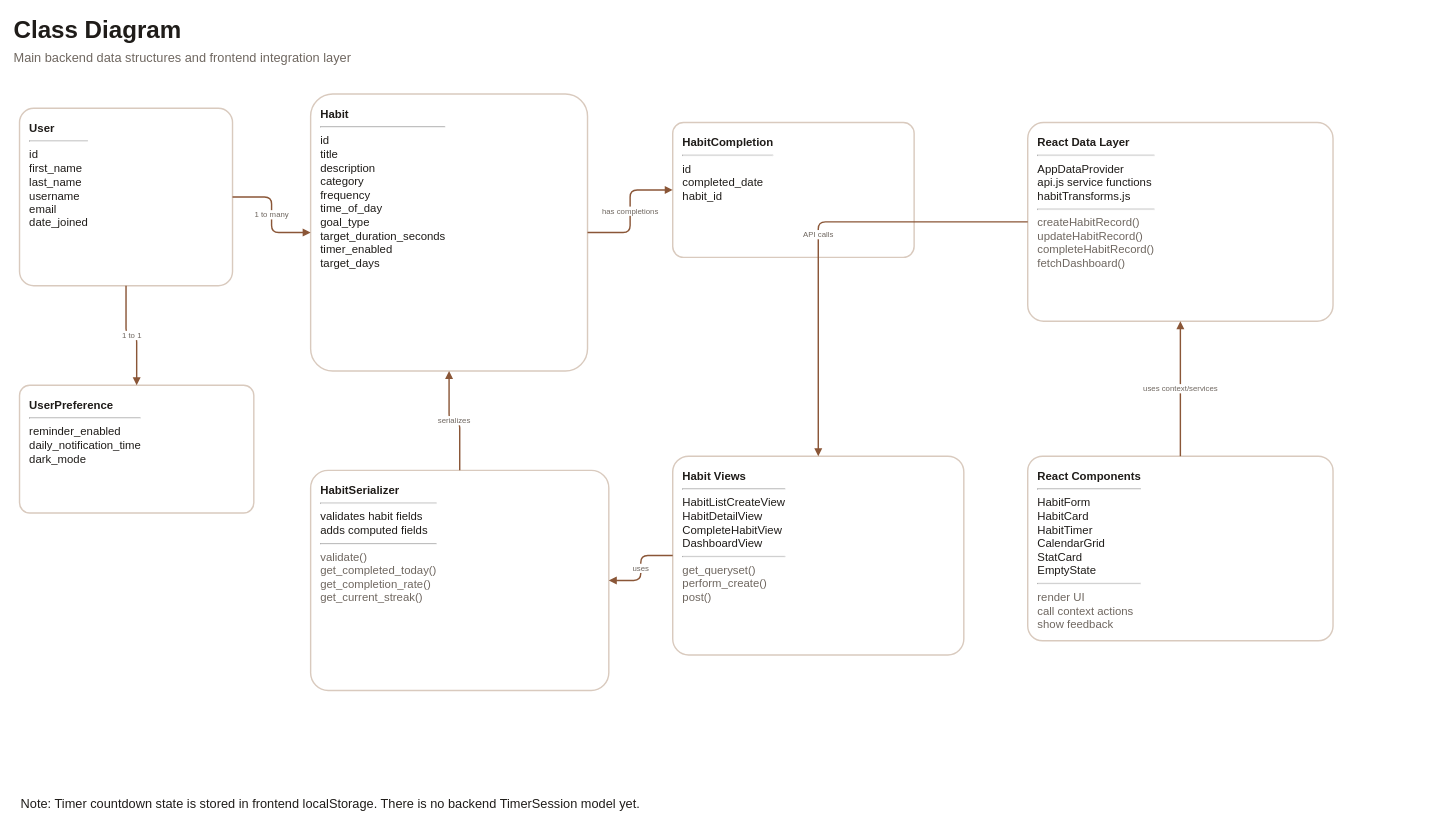
Earlier version of the draw.io diagram docs/diagrams/drawio/class-diagram.drawio (stellandegwa853/habittracker). Source tidied: cells renumbered, new cells numbered last; positions are measured from the earlier drawing's top-left corner, leaving out a move shared by most shapes. Both pictures are drawn from the tidied source at 71%, with x=0, y=0 at pixel (12, 12).
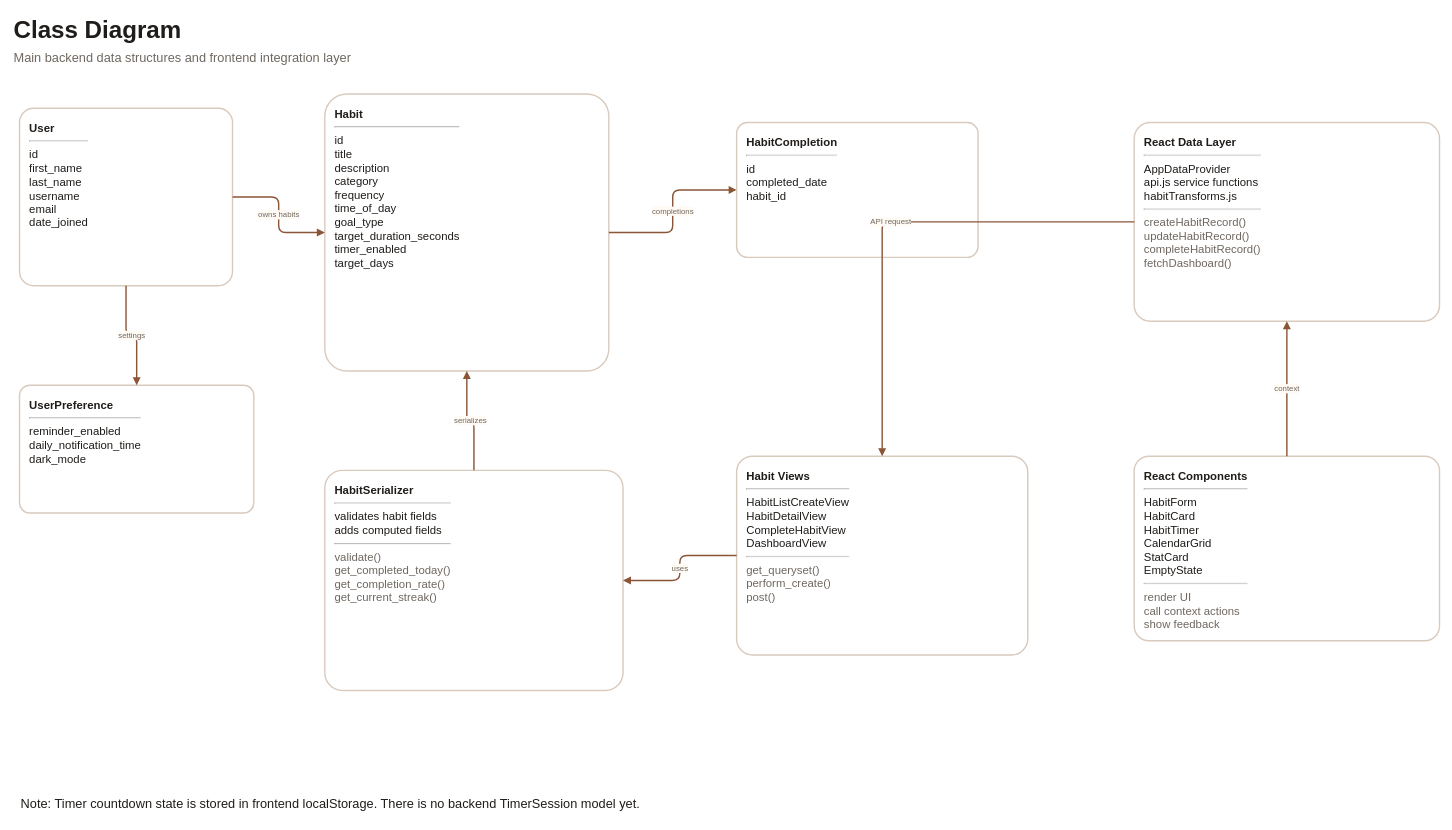
After the change.

Commit message (it also covers changes not shown here):
Polish drawio diagram layouts

The edit, as a diff of the source:
```diff
@@
 <mxGraphModel>
   <root>
     <mxCell id="0" />
     <mxCell id="1" parent="0" />
     <mxCell id="2" value="Class Diagram" style="text;html=1;strokeColor=none;fillColor=none;fontSize=34;fontStyle=1;fontColor=#1f1c19;align=left;verticalAlign=middle;" parent="1" vertex="1">
       <mxGeometry width="720" height="50" as="geometry" />
     </mxCell>
     <mxCell id="3" value="Main backend data structures and frontend integration layer" style="text;html=1;strokeColor=none;fillColor=none;fontSize=18;fontColor=#6f6760;align=left;verticalAlign=middle;" parent="1" vertex="1">
       <mxGeometry y="47" width="900" height="36" as="geometry" />
     </mxCell>
     <mxCell id="4" value="&lt;b&gt;User&lt;/b&gt;&lt;hr align=&quot;center&quot;&gt;id&lt;br&gt;first_name&lt;br&gt;last_name&lt;br&gt;username&lt;br&gt;email&lt;br&gt;date_joined" style="rounded=1;whiteSpace=wrap;html=1;arcSize=8;fillColor=#ffffff;strokeColor=#d9cabe;strokeWidth=2;fontSize=16;fontColor=#1f1c19;align=left;verticalAlign=top;spacing=14;" parent="1" vertex="1">
       <mxGeometry x="10" y="135" width="300" height="250" as="geometry" />
     </mxCell>
     <mxCell id="5" value="&lt;b&gt;UserPreference&lt;/b&gt;&lt;hr align=&quot;center&quot;&gt;reminder_enabled&lt;br&gt;daily_notification_time&lt;br&gt;dark_mode" style="rounded=1;whiteSpace=wrap;html=1;arcSize=8;fillColor=#ffffff;strokeColor=#d9cabe;strokeWidth=2;fontSize=16;fontColor=#1f1c19;align=left;verticalAlign=top;spacing=14;" parent="1" vertex="1">
       <mxGeometry x="10" y="525" width="330" height="180" as="geometry" />
     </mxCell>
     <mxCell id="6" value="&lt;b&gt;Habit&lt;/b&gt;&lt;hr align=&quot;center&quot;&gt;id&lt;br&gt;title&lt;br&gt;description&lt;br&gt;category&lt;br&gt;frequency&lt;br&gt;time_of_day&lt;br&gt;goal_type&lt;br&gt;target_duration_seconds&lt;br&gt;timer_enabled&lt;br&gt;target_days" style="rounded=1;whiteSpace=wrap;html=1;arcSize=8;fillColor=#ffffff;strokeColor=#d9cabe;strokeWidth=2;fontSize=16;fontColor=#1f1c19;align=left;verticalAlign=top;spacing=14;" parent="1" vertex="1">
-      <mxGeometry x="420" y="115" width="390" height="390" as="geometry" />
+      <mxGeometry x="440" y="115" width="400" height="390" as="geometry" />
     </mxCell>
     <mxCell id="7" value="&lt;b&gt;HabitCompletion&lt;/b&gt;&lt;hr align=&quot;center&quot;&gt;id&lt;br&gt;completed_date&lt;br&gt;habit_id" style="rounded=1;whiteSpace=wrap;html=1;arcSize=8;fillColor=#ffffff;strokeColor=#d9cabe;strokeWidth=2;fontSize=16;fontColor=#1f1c19;align=left;verticalAlign=top;spacing=14;" parent="1" vertex="1">
-      <mxGeometry x="930" y="155" width="340" height="190" as="geometry" />
+      <mxGeometry x="1020" y="155" width="340" height="190" as="geometry" />
     </mxCell>
     <mxCell id="8" value="&lt;b&gt;HabitSerializer&lt;/b&gt;&lt;hr align=&quot;center&quot;&gt;validates habit fields&lt;br&gt;adds computed fields&lt;hr align=&quot;center&quot;&gt;&lt;font color=&quot;#6f6760&quot;&gt;validate()&lt;br&gt;get_completed_today()&lt;br&gt;get_completion_rate()&lt;br&gt;get_current_streak()&lt;/font&gt;" style="rounded=1;whiteSpace=wrap;html=1;arcSize=8;fillColor=#ffffff;strokeColor=#d9cabe;strokeWidth=2;fontSize=16;fontColor=#1f1c19;align=left;verticalAlign=top;spacing=14;" parent="1" vertex="1">
-      <mxGeometry x="420" y="645" width="420" height="310" as="geometry" />
+      <mxGeometry x="440" y="645" width="420" height="310" as="geometry" />
     </mxCell>
     <mxCell id="9" value="&lt;b&gt;Habit Views&lt;/b&gt;&lt;hr align=&quot;center&quot;&gt;HabitListCreateView&lt;br&gt;HabitDetailView&lt;br&gt;CompleteHabitView&lt;br&gt;DashboardView&lt;hr align=&quot;center&quot;&gt;&lt;font color=&quot;#6f6760&quot;&gt;get_queryset()&lt;br&gt;perform_create()&lt;br&gt;post()&lt;/font&gt;" style="rounded=1;whiteSpace=wrap;html=1;arcSize=8;fillColor=#ffffff;strokeColor=#d9cabe;strokeWidth=2;fontSize=16;fontColor=#1f1c19;align=left;verticalAlign=top;spacing=14;" parent="1" vertex="1">
-      <mxGeometry x="930" y="625" width="410" height="280" as="geometry" />
+      <mxGeometry x="1020" y="625" width="410" height="280" as="geometry" />
     </mxCell>
     <mxCell id="10" value="&lt;b&gt;React Data Layer&lt;/b&gt;&lt;hr align=&quot;center&quot;&gt;AppDataProvider&lt;br&gt;api.js service functions&lt;br&gt;habitTransforms.js&lt;hr align=&quot;center&quot;&gt;&lt;font color=&quot;#6f6760&quot;&gt;createHabitRecord()&lt;br&gt;updateHabitRecord()&lt;br&gt;completeHabitRecord()&lt;br&gt;fetchDashboard()&lt;/font&gt;" style="rounded=1;whiteSpace=wrap;html=1;arcSize=8;fillColor=#ffffff;strokeColor=#d9cabe;strokeWidth=2;fontSize=16;fontColor=#1f1c19;align=left;verticalAlign=top;spacing=14;" parent="1" vertex="1">
-      <mxGeometry x="1430" y="155" width="430" height="280" as="geometry" />
+      <mxGeometry x="1580" y="155" width="430" height="280" as="geometry" />
     </mxCell>
     <mxCell id="11" value="&lt;b&gt;React Components&lt;/b&gt;&lt;hr align=&quot;center&quot;&gt;HabitForm&lt;br&gt;HabitCard&lt;br&gt;HabitTimer&lt;br&gt;CalendarGrid&lt;br&gt;StatCard&lt;br&gt;EmptyState&lt;hr align=&quot;center&quot;&gt;&lt;font color=&quot;#6f6760&quot;&gt;render UI&lt;br&gt;call context actions&lt;br&gt;show feedback&lt;/font&gt;" style="rounded=1;whiteSpace=wrap;html=1;arcSize=8;fillColor=#ffffff;strokeColor=#d9cabe;strokeWidth=2;fontSize=16;fontColor=#1f1c19;align=left;verticalAlign=top;spacing=14;" parent="1" vertex="1">
-      <mxGeometry x="1430" y="625" width="430" height="260" as="geometry" />
+      <mxGeometry x="1580" y="625" width="430" height="260" as="geometry" />
     </mxCell>
-    <mxCell id="12" value="1 to many" style="edgeStyle=orthogonalEdgeStyle;rounded=1;jettySize=auto;html=1;strokeColor=#8a5637;strokeWidth=2;endArrow=block;endFill=1;fontColor=#6f6760;" parent="1" edge="1" source="4" target="6">
+    <mxCell id="12" value="owns habits" style="edgeStyle=orthogonalEdgeStyle;rounded=1;jettySize=auto;html=1;strokeColor=#8a5637;strokeWidth=2;endArrow=block;endFill=1;fontColor=#6f6760;labelBackgroundColor=#fffaf4;" parent="1" edge="1" source="4" target="6">
       <mxGeometry relative="1" as="geometry" />
     </mxCell>
-    <mxCell id="13" value="1 to 1" style="edgeStyle=orthogonalEdgeStyle;rounded=1;jettySize=auto;html=1;strokeColor=#8a5637;strokeWidth=2;endArrow=block;endFill=1;fontColor=#6f6760;" parent="1" edge="1" source="4" target="5">
+    <mxCell id="13" value="settings" style="edgeStyle=orthogonalEdgeStyle;rounded=1;jettySize=auto;html=1;strokeColor=#8a5637;strokeWidth=2;endArrow=block;endFill=1;fontColor=#6f6760;labelBackgroundColor=#fffaf4;" parent="1" edge="1" source="4" target="5">
       <mxGeometry relative="1" as="geometry" />
     </mxCell>
-    <mxCell id="14" value="has completions" style="edgeStyle=orthogonalEdgeStyle;rounded=1;jettySize=auto;html=1;strokeColor=#8a5637;strokeWidth=2;endArrow=block;endFill=1;fontColor=#6f6760;" parent="1" edge="1" source="6" target="7">
+    <mxCell id="14" value="completions" style="edgeStyle=orthogonalEdgeStyle;rounded=1;jettySize=auto;html=1;strokeColor=#8a5637;strokeWidth=2;endArrow=block;endFill=1;fontColor=#6f6760;labelBackgroundColor=#fffaf4;" parent="1" edge="1" source="6" target="7">
       <mxGeometry relative="1" as="geometry" />
     </mxCell>
-    <mxCell id="15" value="serializes" style="edgeStyle=orthogonalEdgeStyle;rounded=1;jettySize=auto;html=1;strokeColor=#8a5637;strokeWidth=2;endArrow=block;endFill=1;fontColor=#6f6760;" parent="1" edge="1" source="8" target="6">
+    <mxCell id="15" value="serializes" style="edgeStyle=orthogonalEdgeStyle;rounded=1;jettySize=auto;html=1;strokeColor=#8a5637;strokeWidth=2;endArrow=block;endFill=1;fontColor=#6f6760;labelBackgroundColor=#fffaf4;" parent="1" edge="1" source="8" target="6">
       <mxGeometry relative="1" as="geometry" />
     </mxCell>
-    <mxCell id="16" value="uses" style="edgeStyle=orthogonalEdgeStyle;rounded=1;jettySize=auto;html=1;strokeColor=#8a5637;strokeWidth=2;endArrow=block;endFill=1;fontColor=#6f6760;" parent="1" edge="1" source="9" target="8">
+    <mxCell id="16" value="uses" style="edgeStyle=orthogonalEdgeStyle;rounded=1;jettySize=auto;html=1;strokeColor=#8a5637;strokeWidth=2;endArrow=block;endFill=1;fontColor=#6f6760;labelBackgroundColor=#fffaf4;" parent="1" edge="1" source="9" target="8">
       <mxGeometry relative="1" as="geometry" />
     </mxCell>
-    <mxCell id="17" value="API calls" style="edgeStyle=orthogonalEdgeStyle;rounded=1;jettySize=auto;html=1;strokeColor=#8a5637;strokeWidth=2;endArrow=block;endFill=1;fontColor=#6f6760;" parent="1" edge="1" source="10" target="9">
+    <mxCell id="17" value="API request" style="edgeStyle=orthogonalEdgeStyle;rounded=1;jettySize=auto;html=1;strokeColor=#8a5637;strokeWidth=2;endArrow=block;endFill=1;fontColor=#6f6760;labelBackgroundColor=#fffaf4;" parent="1" edge="1" source="10" target="9">
       <mxGeometry relative="1" as="geometry" />
     </mxCell>
-    <mxCell id="18" value="uses context/services" style="edgeStyle=orthogonalEdgeStyle;rounded=1;jettySize=auto;html=1;strokeColor=#8a5637;strokeWidth=2;endArrow=block;endFill=1;fontColor=#6f6760;" parent="1" edge="1" source="11" target="10">
+    <mxCell id="18" value="context" style="edgeStyle=orthogonalEdgeStyle;rounded=1;jettySize=auto;html=1;strokeColor=#8a5637;strokeWidth=2;endArrow=block;endFill=1;fontColor=#6f6760;labelBackgroundColor=#fffaf4;" parent="1" edge="1" source="11" target="10">
       <mxGeometry relative="1" as="geometry" />
     </mxCell>
     <mxCell id="19" value="Note: Timer countdown state is stored in frontend localStorage. There is no backend TimerSession model yet." style="text;html=1;strokeColor=none;fillColor=none;fontSize=18;fontStyle=0;fontColor=#1f1c19;align=left;verticalAlign=middle;" parent="1" vertex="1">
       <mxGeometry x="10" y="1095" width="1300" height="40" as="geometry" />
     </mxCell>
   </root>
 </mxGraphModel>
```
